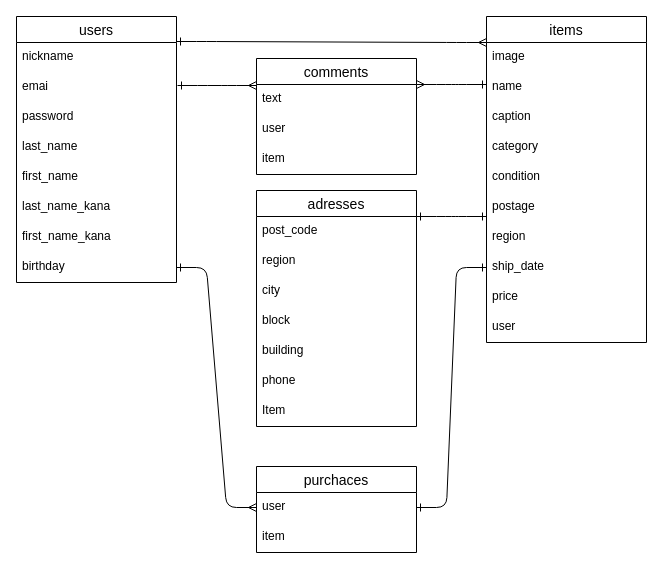
The draw.io diagram furima.dio in ngkwdsk/furima-40473, before the edit. Source tidied: cells renumbered, new cells numbered last; positions are measured from the earlier drawing's top-left corner, leaving out a move shared by most shapes. Both pictures are drawn from the tidied source at 100%, with x=0, y=0 at pixel (16, 16).
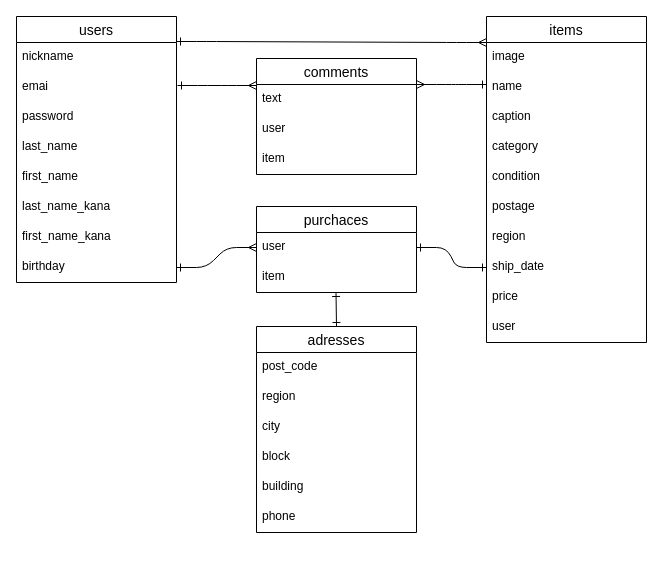
After the change.

Commit message (it also covers changes not shown here):
アソシエーションの見直し

Diff of the diagram source:
```diff
@@
     <mxCell id="29" value="adresses" style="swimlane;fontStyle=0;horizontal=1;startSize=26;align=center;fontSize=14;" parent="1" vertex="1">
-      <mxGeometry x="240" y="174" width="160" height="236" as="geometry" />
+      <mxGeometry x="240" y="310" width="160" height="206" as="geometry" />
     </mxCell>
@@
-    <mxCell id="36" value="Item" style="text;strokeColor=none;fillColor=none;spacingLeft=4;spacingRight=4;overflow=hidden;fontSize=12;" parent="29" vertex="1">
-      <mxGeometry y="206" width="160" height="30" as="geometry" />
-    </mxCell>
+    <mxCell id="43" style="edgeStyle=none;html=1;endArrow=ERone;endFill=0;startArrow=ERone;startFill=0;" parent="1" edge="1">
+      <mxGeometry relative="1" as="geometry">
+        <mxPoint x="319.5" y="276" as="sourcePoint" />
+        <mxPoint x="320" y="310" as="targetPoint" />
+      </mxGeometry>
+    </mxCell>
     <mxCell id="37" value="purchaces" style="swimlane;fontStyle=0;horizontal=1;startSize=26;align=center;fontSize=14;" parent="1" vertex="1">
-      <mxGeometry x="240" y="450" width="160" height="86" as="geometry" />
+      <mxGeometry x="240" y="190" width="160" height="86" as="geometry" />
     </mxCell>
@@
-    <mxCell id="42" style="edgeStyle=entityRelationEdgeStyle;fontSize=12;html=1;endArrow=ERone;startArrow=ERone;startFill=0;endFill=0;" parent="1" edge="1">
-      <mxGeometry relative="1" as="geometry">
-        <mxPoint x="400" y="200" as="sourcePoint" />
-        <mxPoint x="470" y="200" as="targetPoint" />
-      </mxGeometry>
-    </mxCell>
```
